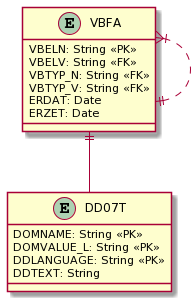
Earlier version of the PlantUML export static/o2c_red.png (Javert899/sap-extractor).
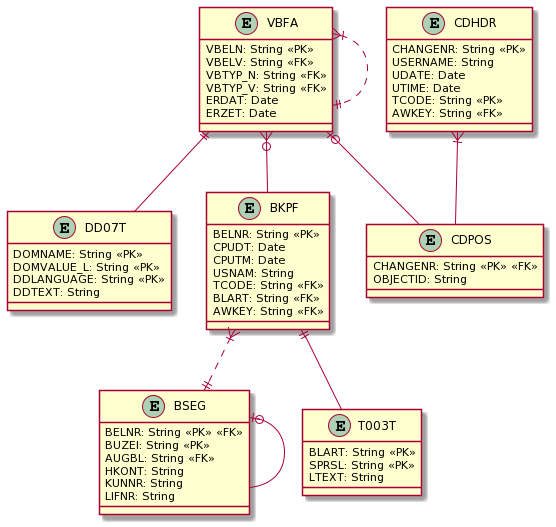
The same file after the commit.

Diff of the diagram source:
```diff
@@ -15,6 +15,53 @@
     DDTEXT: String
 }
 
+entity BKPF {
+    BELNR: String <<PK>>
+    CPUDT: Date
+    CPUTM: Date
+    USNAM: String
+    TCODE: String <<FK>>
+    BLART: String <<FK>>
+    AWKEY: String <<FK>>
+}
+
+entity BSEG {
+    BELNR: String <<PK>> <<FK>>
+    BUZEI: String <<PK>>
+    AUGBL: String <<FK>>
+    HKONT: String
+    KUNNR: String
+    LIFNR: String
+}
+
+entity T003T {
+    BLART: String <<PK>>
+    SPRSL: String <<PK>>
+    LTEXT: String
+}
+
+entity CDHDR {
+    CHANGENR: String <<PK>>
+    USERNAME: String
+    UDATE: Date
+    UTIME: Date
+    TCODE: String <<PK>>
+    AWKEY: String <<FK>>
+}
+
+entity CDPOS {
+    CHANGENR: String <<PK>> <<FK>>
+    OBJECTID: String
+}
+
+
+
 VBFA }|..|| VBFA
 VBFA ||-- DD07T
+CDHDR }|-- CDPOS
+BKPF ||-- T003T
+BKPF }|..|| BSEG
+BSEG |o-- BSEG
+VBFA }o-- BKPF
+VBFA |o-- CDPOS
 @enduml
```
